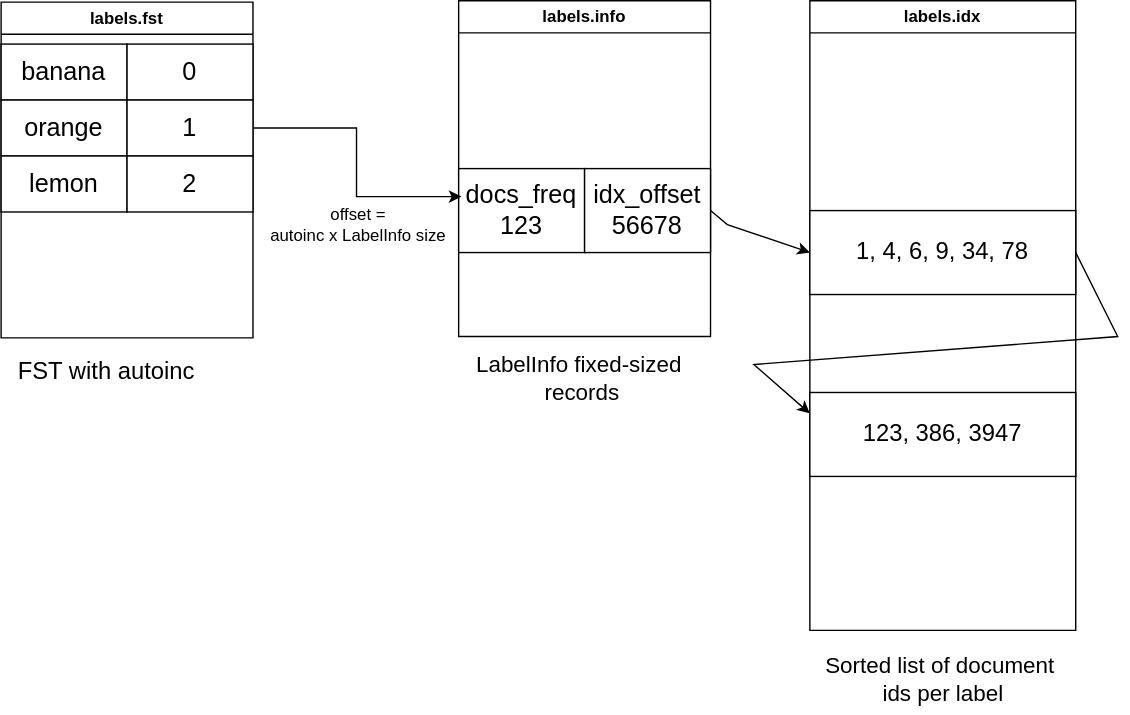
Above: labels.drawio.svg in tarekziade/labels (draw.io), before the change. Source tidied: cells renumbered, new cells last; positions are measured from the earlier drawing's top-left corner, leaving out a move shared by most shapes. The source it was exported from:
```xml
<mxGraphModel>
  <root>
    <mxCell id="0" />
    <mxCell id="1" parent="0" />
    <mxCell id="2" value="labels.fst" style="swimlane;whiteSpace=wrap;html=1;" parent="1" vertex="1">
      <mxGeometry y="1" width="180" height="240" as="geometry" />
    </mxCell>
    <mxCell id="3" value="banana" style="rounded=0;whiteSpace=wrap;html=1;fontSize=18;" parent="2" vertex="1">
      <mxGeometry y="30" width="90" height="40" as="geometry" />
    </mxCell>
    <mxCell id="4" value="0" style="rounded=0;whiteSpace=wrap;html=1;fontSize=18;" parent="2" vertex="1">
      <mxGeometry x="90" y="30" width="90" height="40" as="geometry" />
    </mxCell>
    <mxCell id="5" value="orange" style="rounded=0;whiteSpace=wrap;html=1;fontSize=18;" parent="2" vertex="1">
      <mxGeometry y="70" width="90" height="40" as="geometry" />
    </mxCell>
    <mxCell id="6" value="1" style="rounded=0;whiteSpace=wrap;html=1;fontSize=18;" parent="2" vertex="1">
      <mxGeometry x="90" y="70" width="90" height="40" as="geometry" />
    </mxCell>
    <mxCell id="7" value="lemon" style="rounded=0;whiteSpace=wrap;html=1;fontSize=18;" parent="2" vertex="1">
      <mxGeometry y="110" width="90" height="40" as="geometry" />
    </mxCell>
    <mxCell id="8" value="2" style="rounded=0;whiteSpace=wrap;html=1;fontSize=18;" parent="2" vertex="1">
      <mxGeometry x="90" y="110" width="90" height="40" as="geometry" />
    </mxCell>
    <mxCell id="9" value="labels.info" style="swimlane;whiteSpace=wrap;html=1;" parent="1" vertex="1">
      <mxGeometry x="327" width="180" height="240" as="geometry" />
    </mxCell>
    <mxCell id="10" value="&lt;div&gt;docs_freq&lt;/div&gt;&lt;div&gt;123&lt;br&gt;&lt;/div&gt;" style="rounded=0;whiteSpace=wrap;html=1;fontSize=18;align=center;" parent="9" vertex="1">
      <mxGeometry y="120" width="90" height="60" as="geometry" />
    </mxCell>
    <mxCell id="11" value="idx_offset &lt;br&gt;&lt;div align=&quot;center&quot;&gt;56678&lt;/div&gt;" style="rounded=0;whiteSpace=wrap;html=1;fontSize=18;align=center;" parent="9" vertex="1">
      <mxGeometry x="90" y="120" width="90" height="60" as="geometry" />
    </mxCell>
    <mxCell id="12" value="labels.idx" style="swimlane;whiteSpace=wrap;html=1;" parent="1" vertex="1">
      <mxGeometry x="578" width="190" height="450" as="geometry" />
    </mxCell>
    <mxCell id="13" value="1, 4, 6, 9, 34, 78" style="rounded=0;whiteSpace=wrap;html=1;fontSize=17;" parent="12" vertex="1">
      <mxGeometry y="150" width="190" height="60" as="geometry" />
    </mxCell>
    <mxCell id="14" value="123, 386, 3947" style="rounded=0;whiteSpace=wrap;html=1;fontSize=17;" parent="12" vertex="1">
      <mxGeometry y="280" width="190" height="60" as="geometry" />
    </mxCell>
    <mxCell id="15" style="endArrow=classic;html=1;rounded=0;entryX=0;entryY=0.25;entryDx=0;entryDy=0;exitX=1;exitY=0.5;exitDx=0;exitDy=0;" parent="12" edge="1" source="13" target="14">
      <mxGeometry relative="1" as="geometry">
        <Array as="points">
          <mxPoint x="220" y="240" />
          <mxPoint x="-40" y="260" />
        </Array>
      </mxGeometry>
    </mxCell>
    <mxCell id="16" style="edgeStyle=orthogonalEdgeStyle;rounded=0;jettySize=auto;html=1;exitX=1;exitY=0.5;exitDx=0;exitDy=0;" parent="1" edge="1" source="6">
      <mxGeometry relative="1" as="geometry">
        <mxPoint x="329" y="140" as="targetPoint" />
        <Array as="points">
          <mxPoint x="254" y="91" />
          <mxPoint x="254" y="140" />
        </Array>
      </mxGeometry>
    </mxCell>
    <mxCell id="17" style="endArrow=classic;html=1;rounded=0;exitX=1;exitY=0.5;exitDx=0;exitDy=0;entryX=0;entryY=0.5;entryDx=0;entryDy=0;" parent="1" edge="1" source="11" target="13">
      <mxGeometry relative="1" as="geometry">
        <Array as="points">
          <mxPoint x="519" y="160" />
        </Array>
      </mxGeometry>
    </mxCell>
    <mxCell id="18" value="&lt;font style=&quot;font-size: 17px;&quot;&gt;FST with autoinc&lt;/font&gt;" style="text;html=1;align=center;verticalAlign=middle;strokeColor=none;fillColor=none;" parent="1" vertex="1">
      <mxGeometry y="251" width="150" height="30" as="geometry" />
    </mxCell>
    <mxCell id="19" value="&lt;div&gt;&lt;font style=&quot;font-size: 16px;&quot;&gt;LabelInfo fixed-sized&amp;nbsp;&lt;/font&gt;&lt;/div&gt;&lt;div&gt;&lt;font style=&quot;font-size: 16px;&quot;&gt;records&lt;/font&gt; &lt;/div&gt;" style="text;html=1;align=center;verticalAlign=middle;strokeColor=none;fillColor=none;" parent="1" vertex="1">
      <mxGeometry x="330" y="245" width="170" height="50" as="geometry" />
    </mxCell>
    <mxCell id="20" value="&lt;div&gt;&lt;font style=&quot;font-size: 16px;&quot;&gt;Sorted list of document&amp;nbsp;&lt;/font&gt;&lt;/div&gt;&lt;div&gt;&lt;font style=&quot;font-size: 16px;&quot;&gt;ids per label&lt;/font&gt;&lt;/div&gt;" style="text;html=1;align=center;verticalAlign=middle;strokeColor=none;fillColor=none;" parent="1" vertex="1">
      <mxGeometry x="578" y="460" width="190" height="50" as="geometry" />
    </mxCell>
    <mxCell id="21" value="&lt;div&gt;offset =&lt;/div&gt;&lt;div&gt;autoinc x LabelInfo size&lt;/div&gt;" style="text;html=1;align=center;verticalAlign=middle;strokeColor=none;fillColor=none;" parent="1" vertex="1">
      <mxGeometry x="180" y="140" width="150" height="40" as="geometry" />
    </mxCell>
  </root>
</mxGraphModel>
```
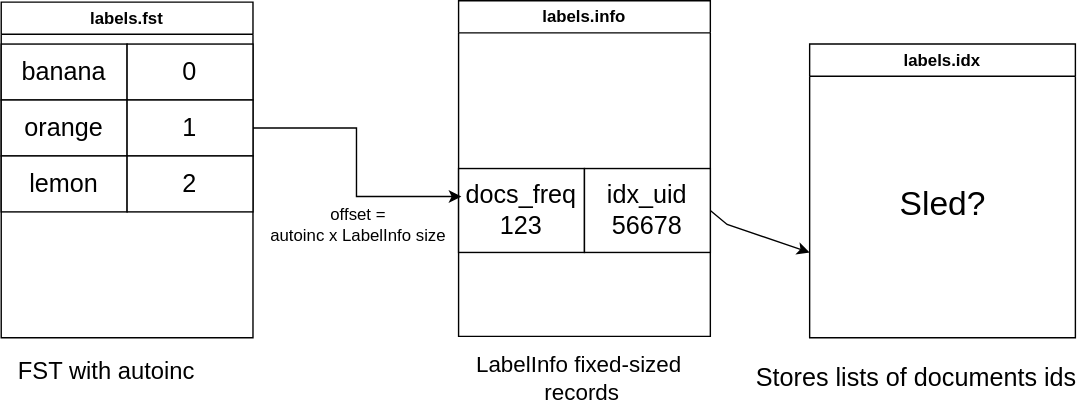
After the change.

Change to the diagram source:
```diff
@@ -29,26 +29,15 @@
     <mxCell id="10" value="&lt;div&gt;docs_freq&lt;/div&gt;&lt;div&gt;123&lt;br&gt;&lt;/div&gt;" style="rounded=0;whiteSpace=wrap;html=1;fontSize=18;align=center;" parent="9" vertex="1">
       <mxGeometry y="120" width="90" height="60" as="geometry" />
     </mxCell>
-    <mxCell id="11" value="idx_offset &lt;br&gt;&lt;div align=&quot;center&quot;&gt;56678&lt;/div&gt;" style="rounded=0;whiteSpace=wrap;html=1;fontSize=18;align=center;" parent="9" vertex="1">
+    <mxCell id="11" value="idx_uid &lt;br&gt;&lt;div align=&quot;center&quot;&gt;56678&lt;/div&gt;" style="rounded=0;whiteSpace=wrap;html=1;fontSize=18;align=center;" parent="9" vertex="1">
       <mxGeometry x="90" y="120" width="90" height="60" as="geometry" />
     </mxCell>
     <mxCell id="12" value="labels.idx" style="swimlane;whiteSpace=wrap;html=1;" parent="1" vertex="1">
-      <mxGeometry x="578" width="190" height="450" as="geometry" />
+      <mxGeometry x="578" y="31" width="190" height="210" as="geometry" />
     </mxCell>
-    <mxCell id="13" value="1, 4, 6, 9, 34, 78" style="rounded=0;whiteSpace=wrap;html=1;fontSize=17;" parent="12" vertex="1">
-      <mxGeometry y="150" width="190" height="60" as="geometry" />
-    </mxCell>
-    <mxCell id="14" value="123, 386, 3947" style="rounded=0;whiteSpace=wrap;html=1;fontSize=17;" parent="12" vertex="1">
-      <mxGeometry y="280" width="190" height="60" as="geometry" />
-    </mxCell>
-    <mxCell id="15" style="endArrow=classic;html=1;rounded=0;entryX=0;entryY=0.25;entryDx=0;entryDy=0;exitX=1;exitY=0.5;exitDx=0;exitDy=0;" parent="12" edge="1" source="13" target="14">
-      <mxGeometry relative="1" as="geometry">
-        <Array as="points">
-          <mxPoint x="220" y="240" />
-          <mxPoint x="-40" y="260" />
-        </Array>
-      </mxGeometry>
-    </mxCell>
+    <mxCell id="22" value="&lt;font style=&quot;font-size: 24px;&quot;&gt;Sled?&lt;/font&gt;" style="text;html=1;align=center;verticalAlign=middle;strokeColor=none;fillColor=none;" parent="12" vertex="1">
+      <mxGeometry x="55" y="95" width="80" height="40" as="geometry" />
+    </mxCell>
     <mxCell id="16" style="edgeStyle=orthogonalEdgeStyle;rounded=0;jettySize=auto;html=1;exitX=1;exitY=0.5;exitDx=0;exitDy=0;" parent="1" edge="1" source="6">
       <mxGeometry relative="1" as="geometry">
         <mxPoint x="329" y="140" as="targetPoint" />
@@ -58,8 +47,9 @@
         </Array>
       </mxGeometry>
     </mxCell>
-    <mxCell id="17" style="endArrow=classic;html=1;rounded=0;exitX=1;exitY=0.5;exitDx=0;exitDy=0;entryX=0;entryY=0.5;entryDx=0;entryDy=0;" parent="1" edge="1" source="11" target="13">
+    <mxCell id="17" style="endArrow=classic;html=1;rounded=0;exitX=1;exitY=0.5;exitDx=0;exitDy=0;entryX=0;entryY=0.5;entryDx=0;entryDy=0;" parent="1" edge="1" source="11">
       <mxGeometry relative="1" as="geometry">
+        <mxPoint x="578" y="180" as="targetPoint" />
         <Array as="points">
           <mxPoint x="519" y="160" />
         </Array>
@@ -71,11 +61,11 @@
     <mxCell id="19" value="&lt;div&gt;&lt;font style=&quot;font-size: 16px;&quot;&gt;LabelInfo fixed-sized&amp;nbsp;&lt;/font&gt;&lt;/div&gt;&lt;div&gt;&lt;font style=&quot;font-size: 16px;&quot;&gt;records&lt;/font&gt; &lt;/div&gt;" style="text;html=1;align=center;verticalAlign=middle;strokeColor=none;fillColor=none;" parent="1" vertex="1">
       <mxGeometry x="330" y="245" width="170" height="50" as="geometry" />
     </mxCell>
-    <mxCell id="20" value="&lt;div&gt;&lt;font style=&quot;font-size: 16px;&quot;&gt;Sorted list of document&amp;nbsp;&lt;/font&gt;&lt;/div&gt;&lt;div&gt;&lt;font style=&quot;font-size: 16px;&quot;&gt;ids per label&lt;/font&gt;&lt;/div&gt;" style="text;html=1;align=center;verticalAlign=middle;strokeColor=none;fillColor=none;" parent="1" vertex="1">
-      <mxGeometry x="578" y="460" width="190" height="50" as="geometry" />
-    </mxCell>
     <mxCell id="21" value="&lt;div&gt;offset =&lt;/div&gt;&lt;div&gt;autoinc x LabelInfo size&lt;/div&gt;" style="text;html=1;align=center;verticalAlign=middle;strokeColor=none;fillColor=none;" parent="1" vertex="1">
       <mxGeometry x="180" y="140" width="150" height="40" as="geometry" />
     </mxCell>
+    <mxCell id="23" value="&lt;font style=&quot;font-size: 18px;&quot;&gt;Stores lists of documents ids&lt;/font&gt;" style="text;html=1;align=center;verticalAlign=middle;strokeColor=none;fillColor=none;" parent="1" vertex="1">
+      <mxGeometry x="529" y="250" width="250" height="40" as="geometry" />
+    </mxCell>
   </root>
 </mxGraphModel>
```
